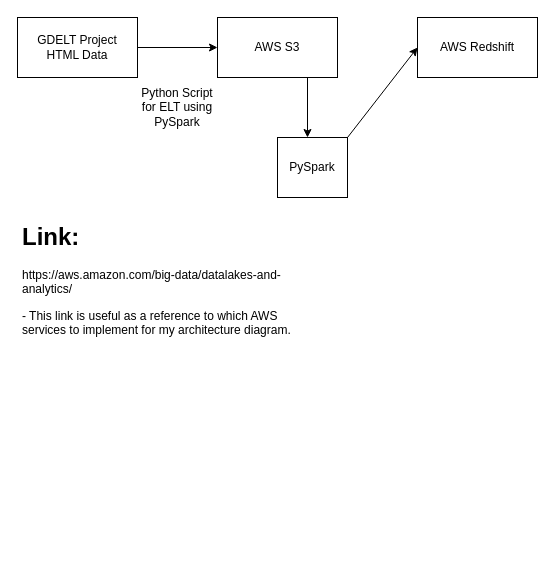
Above: OE_Capstone_Step_7.drawio in JamesHizon/Open-ended-Capstone-Step-7 (draw.io), before the change. Source tidied: cells renumbered, new cells numbered last; positions are measured from the earlier drawing's top-left corner, leaving out a move shared by most shapes. Both pictures are drawn from the tidied source at 100%, with x=0, y=0 at pixel (17, 17).
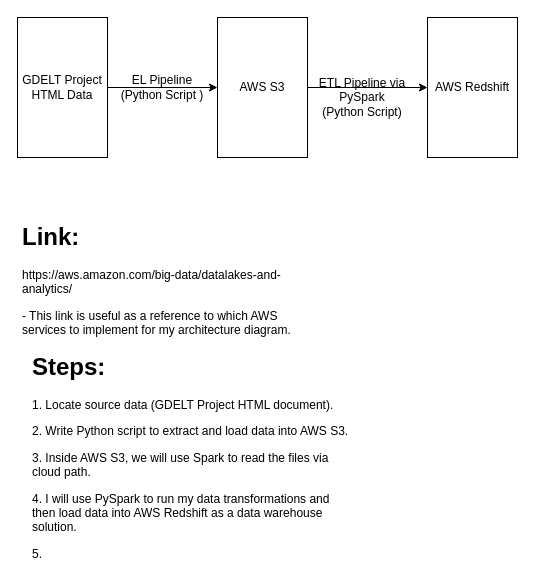
Above is the later version.

Change to the diagram source:
```diff
@@
 <mxGraphModel>
   <root>
     <mxCell id="0" />
     <mxCell id="1" parent="0" />
     <mxCell id="2" value="GDELT Project &lt;br&gt;HTML Data" style="rounded=0;whiteSpace=wrap;html=1;" parent="1" vertex="1">
-      <mxGeometry width="120" height="60" as="geometry" />
+      <mxGeometry width="90" height="140" as="geometry" />
     </mxCell>
     <mxCell id="3" value="AWS S3" style="rounded=0;whiteSpace=wrap;html=1;" parent="1" vertex="1">
-      <mxGeometry x="200" width="120" height="60" as="geometry" />
+      <mxGeometry x="200" width="90" height="140" as="geometry" />
     </mxCell>
     <mxCell id="4" value="AWS Redshift" style="rounded=0;whiteSpace=wrap;html=1;" parent="1" vertex="1">
-      <mxGeometry x="400" width="120" height="60" as="geometry" />
+      <mxGeometry x="410" width="90" height="140" as="geometry" />
     </mxCell>
     <mxCell id="5" value="&lt;h1&gt;Link:&lt;/h1&gt;&lt;p&gt;https://aws.amazon.com/big-data/datalakes-and-analytics/&lt;/p&gt;&lt;p&gt;- This link is useful as a reference to which AWS services to implement for my architecture diagram.&lt;/p&gt;" style="text;html=1;strokeColor=none;fillColor=none;spacing=5;spacingTop=-20;whiteSpace=wrap;overflow=hidden;rounded=0;" parent="1" vertex="1">
       <mxGeometry y="200" width="290" height="150" as="geometry" />
     </mxCell>
     <mxCell id="6" style="endArrow=classic;html=1;exitX=1;exitY=0.5;exitDx=0;exitDy=0;" parent="1" edge="1" source="2" target="3">
       <mxGeometry relative="1" as="geometry" />
     </mxCell>
-    <mxCell id="7" style="endArrow=classic;html=1;entryX=0;entryY=0.5;entryDx=0;entryDy=0;exitX=1;exitY=0;exitDx=0;exitDy=0;" parent="1" edge="1" source="9" target="4">
+    <mxCell id="7" style="endArrow=classic;html=1;entryX=0;entryY=0.5;entryDx=0;entryDy=0;" parent="1" edge="1" source="3" target="4">
       <mxGeometry relative="1" as="geometry" />
     </mxCell>
-    <mxCell id="8" value="Python Script for ELT using PySpark" style="text;html=1;strokeColor=none;fillColor=none;align=center;verticalAlign=middle;whiteSpace=wrap;rounded=0;" parent="1" vertex="1">
-      <mxGeometry x="120" y="80" width="80" height="20" as="geometry" />
+    <mxCell id="8" value="EL Pipeline (Python Script )" style="text;html=1;strokeColor=none;fillColor=none;align=center;verticalAlign=middle;whiteSpace=wrap;rounded=0;" parent="1" vertex="1">
+      <mxGeometry x="100" y="60" width="90" height="20" as="geometry" />
     </mxCell>
-    <mxCell id="9" value="PySpark" style="rounded=0;whiteSpace=wrap;html=1;" parent="1" vertex="1">
-      <mxGeometry x="260" y="120" width="70" height="60" as="geometry" />
-    </mxCell>
-    <mxCell id="10" style="endArrow=classic;html=1;exitX=0.75;exitY=1;exitDx=0;exitDy=0;" parent="1" edge="1" source="3">
-      <mxGeometry relative="1" as="geometry">
-        <mxPoint x="290" y="120" as="targetPoint" />
-      </mxGeometry>
-    </mxCell>
+    <mxCell id="11" value="&lt;h1&gt;Steps:&lt;/h1&gt;&lt;p&gt;1. Locate source data (GDELT Project HTML document).&lt;/p&gt;&lt;p&gt;2. Write Python script to extract and load data into AWS S3.&lt;/p&gt;&lt;p&gt;3. Inside AWS S3, we will use Spark to read the files via cloud path.&lt;/p&gt;&lt;p&gt;4. I will use PySpark to run my data transformations and then load data into AWS Redshift as a data warehouse solution.&lt;/p&gt;&lt;p&gt;5.&amp;nbsp;&lt;/p&gt;" style="text;html=1;strokeColor=none;fillColor=none;spacing=5;spacingTop=-20;whiteSpace=wrap;overflow=hidden;rounded=0;" parent="1" vertex="1">
+      <mxGeometry x="10" y="330" width="330" height="220" as="geometry" />
+    </mxCell>
+    <mxCell id="12" value="ETL Pipeline via PySpark (Python Script)" style="text;html=1;strokeColor=none;fillColor=none;align=center;verticalAlign=middle;whiteSpace=wrap;rounded=0;" parent="1" vertex="1">
+      <mxGeometry x="300" y="70" width="90" height="20" as="geometry" />
+    </mxCell>
   </root>
 </mxGraphModel>
```
